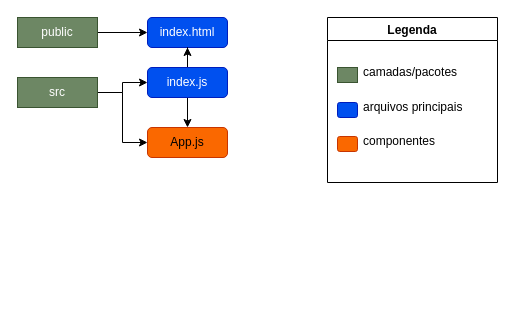
This is front-end/arquitetura.drawio from miniguiti/music-box-react, a draw.io file, before an edit. Source tidied: cells renumbered, new cells numbered last; positions are measured from the earlier drawing's top-left corner, leaving out a move shared by most shapes. Both pictures are drawn from the tidied source at 100%, with x=0, y=0 at pixel (17, 17).
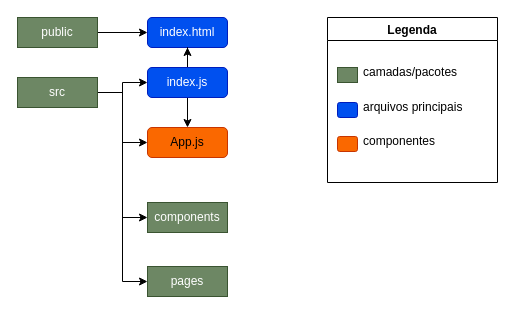
After the change.

The change refers to these unchanged cells:
```xml
<mxCell id="6" value="src" style="whiteSpace=wrap;html=1;fillColor=#6d8764;strokeColor=#3A5431;fontColor=#ffffff;" parent="1" vertex="1">
  <mxGeometry y="60" width="80" height="30" as="geometry" />
</mxCell>
```

What changed in the source:
```diff
@@
+    <mxCell id="19" style="edgeStyle=orthogonalEdgeStyle;rounded=0;jettySize=auto;html=1;entryX=0;entryY=0.5;entryDx=0;entryDy=0;" parent="1" edge="1" source="6" target="21">
+      <mxGeometry relative="1" as="geometry" />
+    </mxCell>
+    <mxCell id="20" style="edgeStyle=orthogonalEdgeStyle;rounded=0;jettySize=auto;html=1;entryX=0;entryY=0.5;entryDx=0;entryDy=0;" parent="1" edge="1" source="6" target="22">
+      <mxGeometry relative="1" as="geometry" />
+    </mxCell>
@@
+    <mxCell id="21" value="components" style="whiteSpace=wrap;html=1;fillColor=#6d8764;strokeColor=#3A5431;fontColor=#ffffff;" parent="1" vertex="1">
+      <mxGeometry x="130" y="185" width="80" height="30" as="geometry" />
+    </mxCell>
+    <mxCell id="22" value="pages" style="whiteSpace=wrap;html=1;fillColor=#6d8764;strokeColor=#3A5431;fontColor=#ffffff;" parent="1" vertex="1">
+      <mxGeometry x="130" y="249" width="80" height="30" as="geometry" />
+    </mxCell>
```
